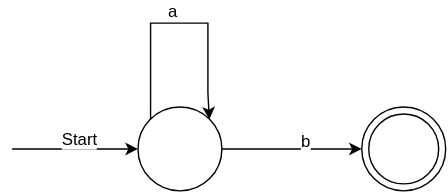
Earlier version of the draw.io export Diagrams/pumpingLemma.svg (bdurepo1/Notes). Source tidied: cells renumbered, new cells last; positions are measured from the earlier drawing's top-left corner, leaving out a move shared by most shapes. The source it was exported from:
```xml
<mxGraphModel background="#ffffff">
  <root>
    <mxCell id="0" />
    <mxCell id="1" parent="0" />
    <mxCell id="2" style="group;verticalAlign=bottom;labelPosition=center;verticalLabelPosition=top;align=center;" parent="1" vertex="1">
      <mxGeometry x="250" y="60" width="60" height="60" as="geometry" />
    </mxCell>
    <mxCell id="3" style="ellipse;whiteSpace=wrap;html=1;flipV=0;flipH=1;" parent="2" vertex="1">
      <mxGeometry width="60" height="60" as="geometry" />
    </mxCell>
    <mxCell id="4" style="ellipse;whiteSpace=wrap;html=1;flipV=0;flipH=1;" parent="2" vertex="1">
      <mxGeometry x="5" y="5" width="50" height="50" as="geometry" />
    </mxCell>
    <mxCell id="5" style="endArrow=classic;html=1;exitX=1;exitY=0.5;verticalAlign=bottom;labelPosition=center;verticalLabelPosition=top;align=center;" parent="1" edge="1" source="7">
      <mxGeometry relative="1" as="geometry">
        <mxPoint x="250" y="90" as="targetPoint" />
      </mxGeometry>
    </mxCell>
    <mxCell id="6" value="b" style="text;html=1;align=center;verticalAlign=bottom;labelBackgroundColor=#ffffff;labelPosition=center;verticalLabelPosition=top;" parent="5" vertex="1">
      <mxGeometry x="0.2" y="-2" relative="1" as="geometry" />
    </mxCell>
    <mxCell id="7" style="ellipse;whiteSpace=wrap;html=1;verticalAlign=bottom;labelPosition=center;verticalLabelPosition=top;align=center;" parent="1" vertex="1">
      <mxGeometry x="90" y="60" width="60" height="60" as="geometry" />
    </mxCell>
    <mxCell id="8" style="edgeStyle=segmentEdgeStyle;endArrow=classic;html=1;exitX=0;exitY=0;entryX=1;entryY=0;verticalAlign=bottom;labelPosition=center;verticalLabelPosition=top;align=center;rounded=0;" parent="1" edge="1" source="7" target="7">
      <mxGeometry relative="1" as="geometry">
        <Array as="points">
          <mxPoint x="99" />
          <mxPoint x="140" />
          <mxPoint x="140" y="50" />
        </Array>
      </mxGeometry>
    </mxCell>
    <mxCell id="9" value="a" style="text;html=1;align=center;verticalAlign=bottom;labelBackgroundColor=#ffffff;labelPosition=center;verticalLabelPosition=top;" parent="8" vertex="1">
      <mxGeometry x="-0.23" y="-16" relative="1" as="geometry">
        <mxPoint x="16" y="-17" as="offset" />
      </mxGeometry>
    </mxCell>
    <mxCell id="10" style="endArrow=classic;html=1;entryX=0;entryY=0.5;verticalAlign=bottom;labelPosition=center;verticalLabelPosition=top;align=center;" parent="1" edge="1" target="7">
      <mxGeometry relative="1" as="geometry">
        <mxPoint y="90" as="sourcePoint" />
      </mxGeometry>
    </mxCell>
    <mxCell id="11" value="Start" style="text;html=1;align=center;verticalAlign=bottom;labelBackgroundColor=#ffffff;labelPosition=center;verticalLabelPosition=top;" parent="10" vertex="1">
      <mxGeometry x="0.07" y="-1" relative="1" as="geometry" />
    </mxCell>
  </root>
</mxGraphModel>
```
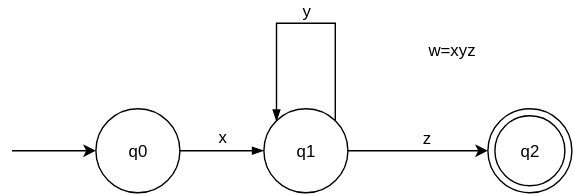
The same diagram one commit later.

The edit, as a diff of the source:
```diff
@@ -8,7 +8,7 @@
     <mxCell id="3" style="ellipse;whiteSpace=wrap;html=1;flipV=0;flipH=1;" parent="2" vertex="1">
       <mxGeometry width="60" height="60" as="geometry" />
     </mxCell>
-    <mxCell id="4" style="ellipse;whiteSpace=wrap;html=1;flipV=0;flipH=1;" parent="2" vertex="1">
+    <mxCell id="4" value="q2" style="ellipse;whiteSpace=wrap;html=1;flipV=0;flipH=1;" parent="2" vertex="1">
       <mxGeometry x="5" y="5" width="50" height="50" as="geometry" />
     </mxCell>
     <mxCell id="5" style="endArrow=classic;html=1;exitX=1;exitY=0.5;verticalAlign=bottom;labelPosition=center;verticalLabelPosition=top;align=center;" parent="1" edge="1" source="7">
@@ -16,33 +16,45 @@
         <mxPoint x="250" y="90" as="targetPoint" />
       </mxGeometry>
     </mxCell>
-    <mxCell id="6" value="b" style="text;html=1;align=center;verticalAlign=bottom;labelBackgroundColor=#ffffff;labelPosition=center;verticalLabelPosition=top;" parent="5" vertex="1">
-      <mxGeometry x="0.2" y="-2" relative="1" as="geometry" />
+    <mxCell id="6" value="z" style="text;html=1;align=center;verticalAlign=bottom;labelBackgroundColor=#ffffff;labelPosition=center;verticalLabelPosition=top;" parent="5" vertex="1">
+      <mxGeometry x="0.2" y="-2" relative="1" as="geometry">
+        <mxPoint x="-4" y="-3" as="offset" />
+      </mxGeometry>
     </mxCell>
-    <mxCell id="7" style="ellipse;whiteSpace=wrap;html=1;verticalAlign=bottom;labelPosition=center;verticalLabelPosition=top;align=center;" parent="1" vertex="1">
+    <mxCell id="7" value="q1" style="ellipse;whiteSpace=wrap;html=1;verticalAlign=middle;labelPosition=center;verticalLabelPosition=middle;align=center;" parent="1" vertex="1">
       <mxGeometry x="90" y="60" width="60" height="60" as="geometry" />
     </mxCell>
+    <mxCell id="10" style="endArrow=classic;html=1;entryX=0;entryY=0.5;verticalAlign=bottom;labelPosition=center;verticalLabelPosition=top;align=center;" parent="1" edge="1" target="14">
+      <mxGeometry relative="1" as="geometry">
+        <mxPoint x="-90" y="90" as="sourcePoint" />
+      </mxGeometry>
+    </mxCell>
+    <mxCell id="12" style="edgeStyle=orthogonalEdgeStyle;rounded=0;html=1;exitX=1;exitY=0.5;entryX=0;entryY=0.5;endArrow=blockThin;endFill=1;jettySize=auto;strokeWidth=1;fontColor=#000000;" parent="1" edge="1" source="14" target="7">
+      <mxGeometry relative="1" as="geometry" />
+    </mxCell>
+    <mxCell id="13" value="x" style="text;html=1;align=center;verticalAlign=middle;labelBackgroundColor=#ffffff;fontColor=#000000;" parent="12" vertex="1">
+      <mxGeometry y="2" relative="1" as="geometry">
+        <mxPoint y="-9" as="offset" />
+      </mxGeometry>
+    </mxCell>
+    <mxCell id="14" value="q0" style="ellipse;whiteSpace=wrap;html=1;verticalAlign=middle;labelPosition=center;verticalLabelPosition=middle;align=center;" parent="1" vertex="1">
+      <mxGeometry x="-30" y="60" width="60" height="60" as="geometry" />
+    </mxCell>
-    <mxCell id="8" style="edgeStyle=segmentEdgeStyle;endArrow=classic;html=1;exitX=0;exitY=0;entryX=1;entryY=0;verticalAlign=bottom;labelPosition=center;verticalLabelPosition=top;align=center;rounded=0;" parent="1" edge="1" source="7" target="7">
+    <mxCell id="8" style="edgeStyle=orthogonalEdgeStyle;rounded=0;html=1;exitX=1;exitY=0;entryX=0;entryY=0;endArrow=blockThin;endFill=1;jettySize=auto;orthogonalLoop=1;strokeWidth=1;fontColor=#000000;" parent="1" edge="1" source="7" target="7">
       <mxGeometry relative="1" as="geometry">
         <Array as="points">
-          <mxPoint x="99" />
-          <mxPoint x="140" />
-          <mxPoint x="140" y="50" />
+          <mxPoint x="141" y="-1" />
+          <mxPoint x="99" y="-1" />
         </Array>
       </mxGeometry>
     </mxCell>
-    <mxCell id="9" value="a" style="text;html=1;align=center;verticalAlign=bottom;labelBackgroundColor=#ffffff;labelPosition=center;verticalLabelPosition=top;" parent="8" vertex="1">
-      <mxGeometry x="-0.23" y="-16" relative="1" as="geometry">
-        <mxPoint x="16" y="-17" as="offset" />
-      </mxGeometry>
-    </mxCell>
-    <mxCell id="10" style="endArrow=classic;html=1;entryX=0;entryY=0.5;verticalAlign=bottom;labelPosition=center;verticalLabelPosition=top;align=center;" parent="1" edge="1" target="7">
-      <mxGeometry relative="1" as="geometry">
-        <mxPoint y="90" as="sourcePoint" />
-      </mxGeometry>
-    </mxCell>
-    <mxCell id="11" value="Start" style="text;html=1;align=center;verticalAlign=bottom;labelBackgroundColor=#ffffff;labelPosition=center;verticalLabelPosition=top;" parent="10" vertex="1">
-      <mxGeometry x="0.07" y="-1" relative="1" as="geometry" />
-    </mxCell>
+    <mxCell id="15" value="y" style="text;html=1;align=center;verticalAlign=middle;labelBackgroundColor=#ffffff;fontColor=#000000;" parent="8" vertex="1">
+      <mxGeometry x="0.05" y="-3" relative="1" as="geometry">
+        <mxPoint x="5" y="-7" as="offset" />
+      </mxGeometry>
+    </mxCell>
+    <mxCell id="16" value="w=xyz" style="text;html=1;align=left;verticalAlign=top;spacingTop=-4;fontColor=#000000;" parent="1" vertex="1">
+      <mxGeometry x="206" y="9" width="50" height="20" as="geometry" />
+    </mxCell>
   </root>
 </mxGraphModel>
```
